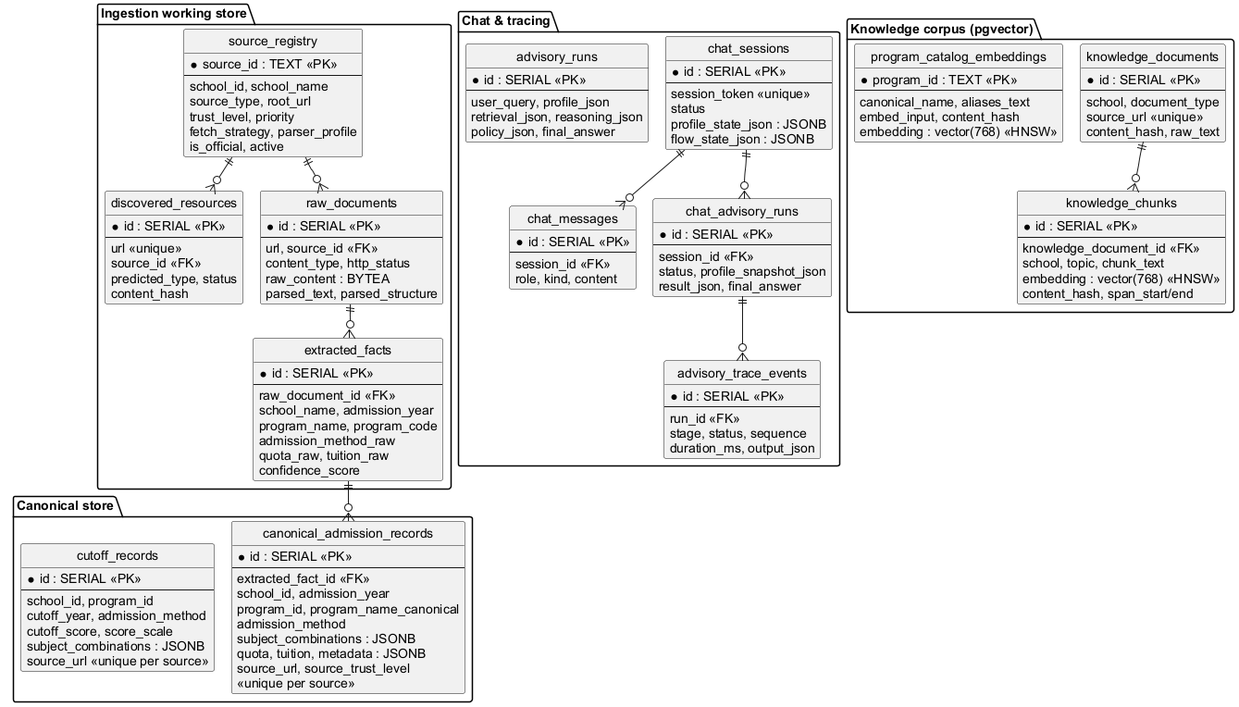
This is latex/Figure/erd_database.png from HNcranky/admission-advisory-system, a PlantUML export, as it was before one commit. Source of this version:
```plantuml
@startuml erd_database
!pragma layout smetana
skinparam shadowing false
skinparam defaultFontName Arial
skinparam linetype ortho
hide circle

package "Ingestion working store" {
  entity source_registry {
    * source_id : TEXT <<PK>>
    --
    school_id, school_name
    source_type, root_url
    trust_level, priority
    fetch_strategy, parser_profile
    is_official, active
  }
  entity discovered_resources {
    * id : SERIAL <<PK>>
    --
    url <<unique>>
    source_id <<FK>>
    predicted_type, status
    content_hash
  }
  entity raw_documents {
    * id : SERIAL <<PK>>
    --
    url, source_id <<FK>>
    content_type, http_status
    raw_content : BYTEA
    parsed_text, parsed_structure
  }
  entity extracted_facts {
    * id : SERIAL <<PK>>
    --
    raw_document_id <<FK>>
    school_name, admission_year
    program_name, program_code
    admission_method_raw
    quota_raw, tuition_raw
    confidence_score
  }
}

package "Canonical store" {
  entity canonical_admission_records {
    * id : SERIAL <<PK>>
    --
    extracted_fact_id <<FK>>
    school_id, admission_year
    program_id, program_name_canonical
    admission_method
    subject_combinations : JSONB
    quota, tuition, metadata : JSONB
    source_url, source_trust_level
    <<unique per source>>
  }
  entity cutoff_records {
    * id : SERIAL <<PK>>
    --
    school_id, program_id
    cutoff_year, admission_method
    cutoff_score, score_scale
    subject_combinations : JSONB
    source_url <<unique per source>>
  }
}

package "Chat & tracing" {
  entity chat_sessions {
    * id : SERIAL <<PK>>
    --
    session_token <<unique>>
    status
    profile_state_json : JSONB
    flow_state_json : JSONB
  }
  entity chat_messages {
    * id : SERIAL <<PK>>
    --
    session_id <<FK>>
    role, kind, content
  }
  entity chat_advisory_runs {
    * id : SERIAL <<PK>>
    --
    session_id <<FK>>
    status, profile_snapshot_json
    result_json, final_answer
  }
  entity advisory_trace_events {
    * id : SERIAL <<PK>>
    --
    run_id <<FK>>
    stage, status, sequence
    duration_ms, output_json
  }
  entity advisory_runs {
    * id : SERIAL <<PK>>
    --
    user_query, profile_json
    retrieval_json, reasoning_json
    policy_json, final_answer
  }
}

package "Knowledge corpus (pgvector)" {
  entity knowledge_documents {
    * id : SERIAL <<PK>>
    --
    school, document_type
    source_url <<unique>>
    content_hash, raw_text
  }
  entity knowledge_chunks {
    * id : SERIAL <<PK>>
    --
    knowledge_document_id <<FK>>
    school, topic, chunk_text
    embedding : vector(768) <<HNSW>>
    content_hash, span_start/end
  }
  entity program_catalog_embeddings {
    * program_id : TEXT <<PK>>
    --
    canonical_name, aliases_text
    embed_input, content_hash
    embedding : vector(768) <<HNSW>>
  }
}

source_registry ||--o{ discovered_resources
source_registry ||--o{ raw_documents
raw_documents ||--o{ extracted_facts
extracted_facts ||--o{ canonical_admission_records
chat_sessions ||--o{ chat_messages
chat_sessions ||--o{ chat_advisory_runs
chat_advisory_runs ||--o{ advisory_trace_events
knowledge_documents ||--o{ knowledge_chunks
@enduml
```
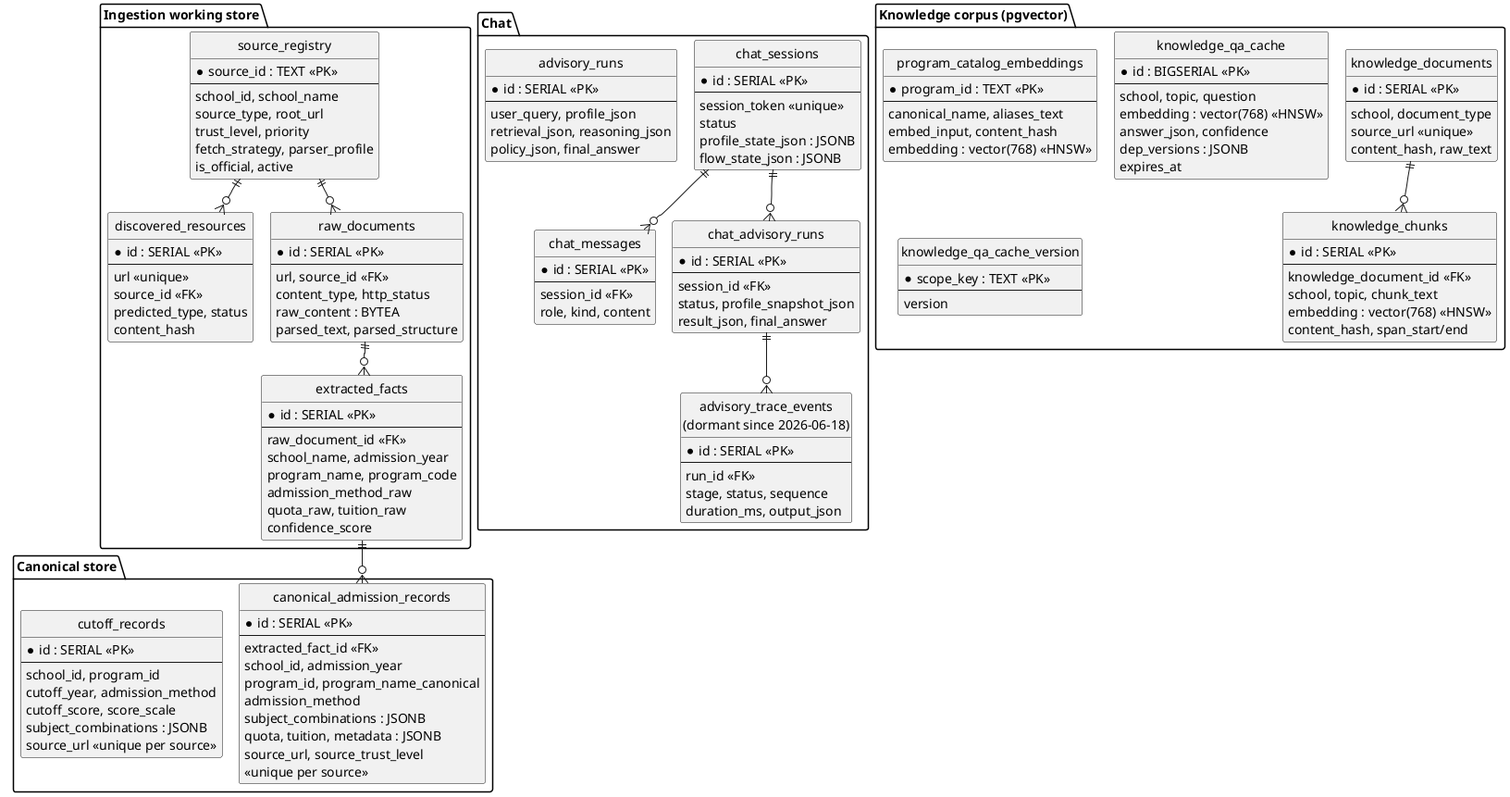
Above is the later version.

The edit, as a diff of the source:
```diff
@@ -67,7 +67,7 @@
   }
 }
 
-package "Chat & tracing" {
+package "Chat" {
   entity chat_sessions {
     * id : SERIAL <<PK>>
     --
@@ -89,7 +89,7 @@
     status, profile_snapshot_json
     result_json, final_answer
   }
-  entity advisory_trace_events {
+  entity "advisory_trace_events\n(dormant since 2026-06-18)" as advisory_trace_events {
     * id : SERIAL <<PK>>
     --
     run_id <<FK>>
@@ -128,6 +128,20 @@
     embed_input, content_hash
     embedding : vector(768) <<HNSW>>
   }
+  entity knowledge_qa_cache {
+    * id : BIGSERIAL <<PK>>
+    --
+    school, topic, question
+    embedding : vector(768) <<HNSW>>
+    answer_json, confidence
+    dep_versions : JSONB
+    expires_at
+  }
+  entity knowledge_qa_cache_version {
+    * scope_key : TEXT <<PK>>
+    --
+    version
+  }
 }
 
 source_registry ||--o{ discovered_resources
```
